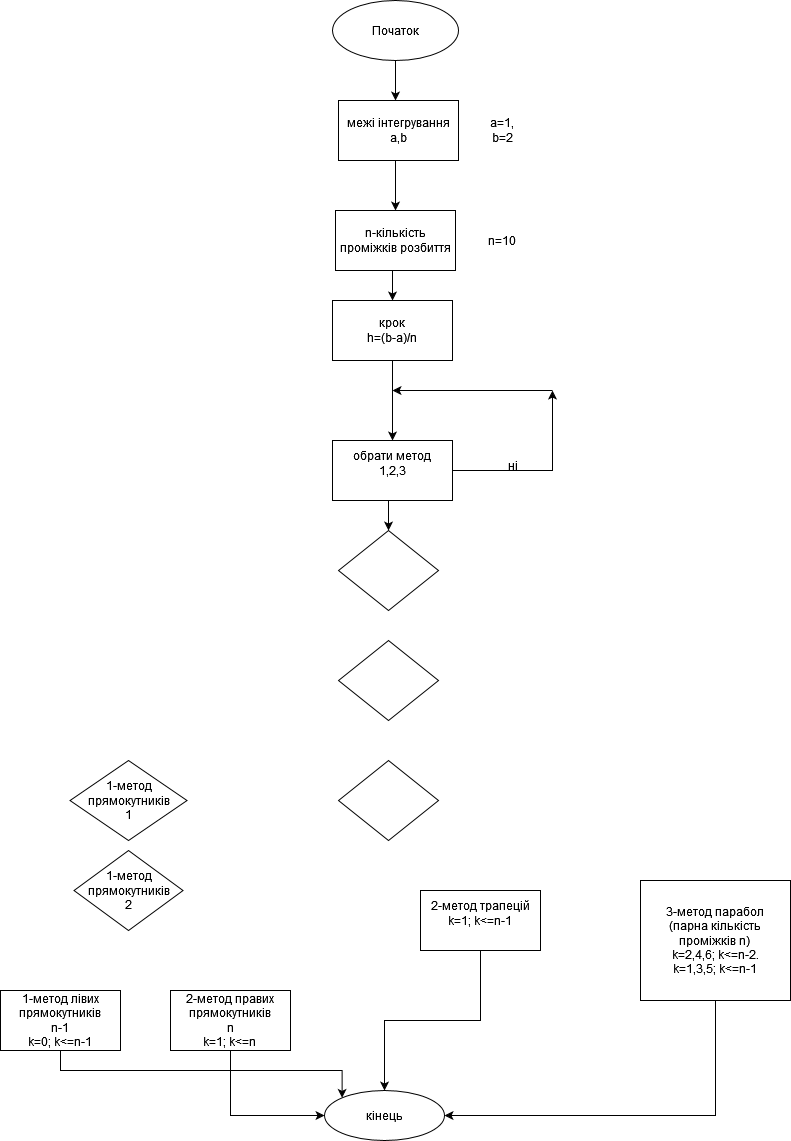
The draw.io diagram Untitled Diagram.drawio.png in VolodymyrLutskevych-PE-12/Lab_2_Volodymyr-Lutskevych_PE-12_-1-, before a commit. Source tidied: cells renumbered, new cells last; positions are measured from the earlier drawing's top-left corner, leaving out a move shared by most shapes.
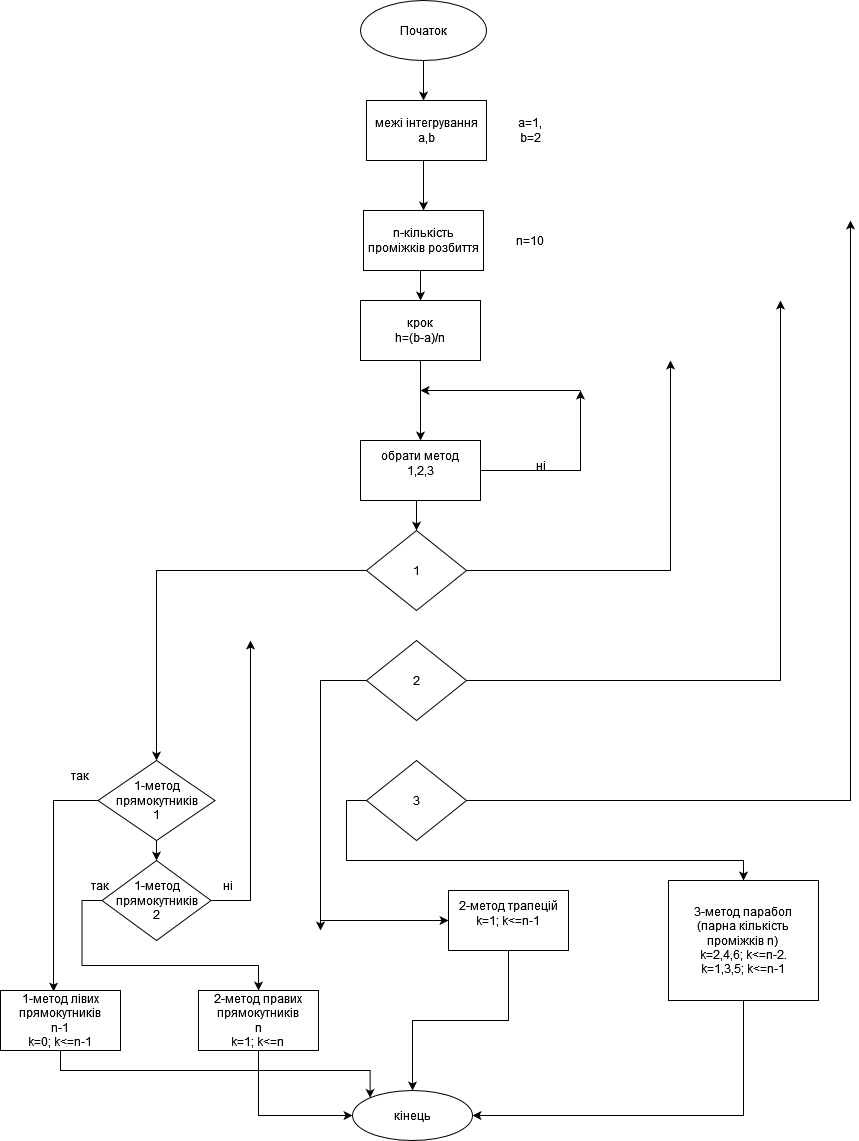
The same file after the commit.

What changed in the source:
```diff
@@ -16,6 +16,12 @@
         <mxPoint x="395" y="210" as="targetPoint" />
       </mxGeometry>
     </mxCell>
+    <mxCell id="31" style="edgeStyle=orthogonalEdgeStyle;rounded=0;jettySize=auto;html=1;exitX=0;exitY=0.5;exitDx=0;exitDy=0;entryX=0.442;entryY=0.017;entryDx=0;entryDy=0;entryPerimeter=0;" parent="1" edge="1" source="5" target="8">
+      <mxGeometry relative="1" as="geometry" />
+    </mxCell>
+    <mxCell id="32" style="edgeStyle=orthogonalEdgeStyle;rounded=0;jettySize=auto;html=1;exitX=0.5;exitY=1;exitDx=0;exitDy=0;" parent="1" edge="1" source="5" target="28">
+      <mxGeometry relative="1" as="geometry" />
+    </mxCell>
     <mxCell id="5" value="&lt;div&gt;1-метод прямокутників&lt;/div&gt;1" style="rhombus;whiteSpace=wrap;html=1;" parent="1" vertex="1">
       <mxGeometry x="69.5" y="760" width="117" height="80" as="geometry" />
     </mxCell>
@@ -26,7 +32,7 @@
       <mxGeometry relative="1" as="geometry" />
     </mxCell>
     <mxCell id="8" value="&lt;div&gt;1-метод лівих прямокутників&lt;/div&gt;&lt;div&gt;n-1&lt;/div&gt;&lt;div&gt;k=0; k&amp;lt;=n-1&lt;br&gt;&lt;/div&gt;" style="rounded=0;whiteSpace=wrap;html=1;" parent="1" vertex="1">
-      <mxGeometry y="990" width="120" height="60" as="geometry" />
+      <mxGeometry x="-28" y="990" width="120" height="60" as="geometry" />
     </mxCell>
     <mxCell id="9" style="edgeStyle=orthogonalEdgeStyle;rounded=0;jettySize=auto;html=1;exitX=0.5;exitY=1;exitDx=0;exitDy=0;entryX=0;entryY=0.5;entryDx=0;entryDy=0;" parent="1" edge="1" source="10" target="15">
       <mxGeometry relative="1" as="geometry" />
@@ -83,7 +89,15 @@
         <mxPoint x="392" y="390" as="targetPoint" />
       </mxGeometry>
     </mxCell>
+    <mxCell id="33" style="edgeStyle=orthogonalEdgeStyle;rounded=0;jettySize=auto;html=1;exitX=0;exitY=0.5;exitDx=0;exitDy=0;entryX=0.5;entryY=0;entryDx=0;entryDy=0;" parent="1" edge="1" source="25" target="5">
+      <mxGeometry relative="1" as="geometry" />
+    </mxCell>
+    <mxCell id="34" style="edgeStyle=orthogonalEdgeStyle;rounded=0;jettySize=auto;html=1;exitX=1;exitY=0.5;exitDx=0;exitDy=0;" parent="1" edge="1" source="25">
+      <mxGeometry relative="1" as="geometry">
+        <mxPoint x="642" y="360" as="targetPoint" />
+      </mxGeometry>
+    </mxCell>
-    <mxCell id="25" style="rhombus;whiteSpace=wrap;html=1;" parent="1" vertex="1">
+    <mxCell id="25" value="1" style="rhombus;whiteSpace=wrap;html=1;" parent="1" vertex="1">
       <mxGeometry x="338" y="530" width="100" height="80" as="geometry" />
     </mxCell>
     <mxCell id="26" style="edgeStyle=orthogonalEdgeStyle;rounded=0;jettySize=auto;html=1;exitX=0.5;exitY=1;exitDx=0;exitDy=0;entryX=0.5;entryY=0;entryDx=0;entryDy=0;" parent="1" edge="1" source="27" target="25">
@@ -92,14 +106,54 @@
     <mxCell id="27" value="&#10;&lt;div&gt;обрати метод&lt;/div&gt;1,2,3&#10;&#10;" style="rounded=0;whiteSpace=wrap;html=1;" parent="1" vertex="1">
       <mxGeometry x="332" y="440" width="120" height="60" as="geometry" />
     </mxCell>
+    <mxCell id="35" style="edgeStyle=orthogonalEdgeStyle;rounded=0;jettySize=auto;html=1;exitX=0;exitY=0.5;exitDx=0;exitDy=0;entryX=0.5;entryY=0;entryDx=0;entryDy=0;" parent="1" edge="1" source="28" target="10">
+      <mxGeometry relative="1" as="geometry" />
+    </mxCell>
+    <mxCell id="36" style="edgeStyle=orthogonalEdgeStyle;rounded=0;jettySize=auto;html=1;exitX=1;exitY=0.5;exitDx=0;exitDy=0;" parent="1" edge="1" source="28">
+      <mxGeometry relative="1" as="geometry">
+        <mxPoint x="222" y="640" as="targetPoint" />
+      </mxGeometry>
+    </mxCell>
     <mxCell id="28" value="&lt;div&gt;1-метод прямокутників&lt;/div&gt;2" style="rhombus;whiteSpace=wrap;html=1;" parent="1" vertex="1">
-      <mxGeometry x="73.5" y="850" width="109" height="80" as="geometry" />
+      <mxGeometry x="73.5" y="860" width="109" height="80" as="geometry" />
     </mxCell>
+    <mxCell id="37" style="edgeStyle=orthogonalEdgeStyle;rounded=0;jettySize=auto;html=1;exitX=0;exitY=0.5;exitDx=0;exitDy=0;" parent="1" edge="1" source="29">
+      <mxGeometry relative="1" as="geometry">
+        <mxPoint x="292" y="930" as="targetPoint" />
+      </mxGeometry>
+    </mxCell>
+    <mxCell id="38" style="edgeStyle=orthogonalEdgeStyle;rounded=0;jettySize=auto;html=1;exitX=1;exitY=0.5;exitDx=0;exitDy=0;" parent="1" edge="1" source="29">
+      <mxGeometry relative="1" as="geometry">
+        <mxPoint x="752" y="300" as="targetPoint" />
+      </mxGeometry>
+    </mxCell>
-    <mxCell id="29" style="rhombus;whiteSpace=wrap;html=1;" parent="1" vertex="1">
+    <mxCell id="29" value="2" style="rhombus;whiteSpace=wrap;html=1;" parent="1" vertex="1">
       <mxGeometry x="338" y="640" width="100" height="80" as="geometry" />
     </mxCell>
+    <mxCell id="39" style="edgeStyle=orthogonalEdgeStyle;rounded=0;jettySize=auto;html=1;exitX=0;exitY=0.5;exitDx=0;exitDy=0;entryX=0.5;entryY=0;entryDx=0;entryDy=0;" parent="1" edge="1" source="30" target="23">
+      <mxGeometry relative="1" as="geometry" />
+    </mxCell>
+    <mxCell id="40" style="edgeStyle=orthogonalEdgeStyle;rounded=0;jettySize=auto;html=1;exitX=1;exitY=0.5;exitDx=0;exitDy=0;" parent="1" edge="1" source="30">
+      <mxGeometry relative="1" as="geometry">
+        <mxPoint x="822" y="220" as="targetPoint" />
+      </mxGeometry>
+    </mxCell>
-    <mxCell id="30" style="rhombus;whiteSpace=wrap;html=1;" parent="1" vertex="1">
+    <mxCell id="30" value="3" style="rhombus;whiteSpace=wrap;html=1;" parent="1" vertex="1">
       <mxGeometry x="338" y="760" width="100" height="80" as="geometry" />
     </mxCell>
+    <mxCell id="41" style="endArrow=classic;html=1;rounded=0;entryX=0;entryY=0.5;entryDx=0;entryDy=0;" parent="1" edge="1" target="22">
+      <mxGeometry relative="1" as="geometry">
+        <mxPoint x="292" y="920" as="sourcePoint" />
+      </mxGeometry>
+    </mxCell>
+    <mxCell id="42" value="так" style="text;html=1;strokeColor=none;fillColor=none;align=center;verticalAlign=middle;whiteSpace=wrap;rounded=0;" parent="1" vertex="1">
+      <mxGeometry x="22" y="760" width="60" height="30" as="geometry" />
+    </mxCell>
+    <mxCell id="43" value="ні" style="text;html=1;strokeColor=none;fillColor=none;align=center;verticalAlign=middle;whiteSpace=wrap;rounded=0;rotation=0;" parent="1" vertex="1">
+      <mxGeometry x="170" y="870" width="60" height="30" as="geometry" />
+    </mxCell>
+    <mxCell id="44" value="так" style="text;html=1;strokeColor=none;fillColor=none;align=center;verticalAlign=middle;whiteSpace=wrap;rounded=0;" parent="1" vertex="1">
+      <mxGeometry x="42" y="870" width="60" height="30" as="geometry" />
+    </mxCell>
   </root>
 </mxGraphModel>
```
